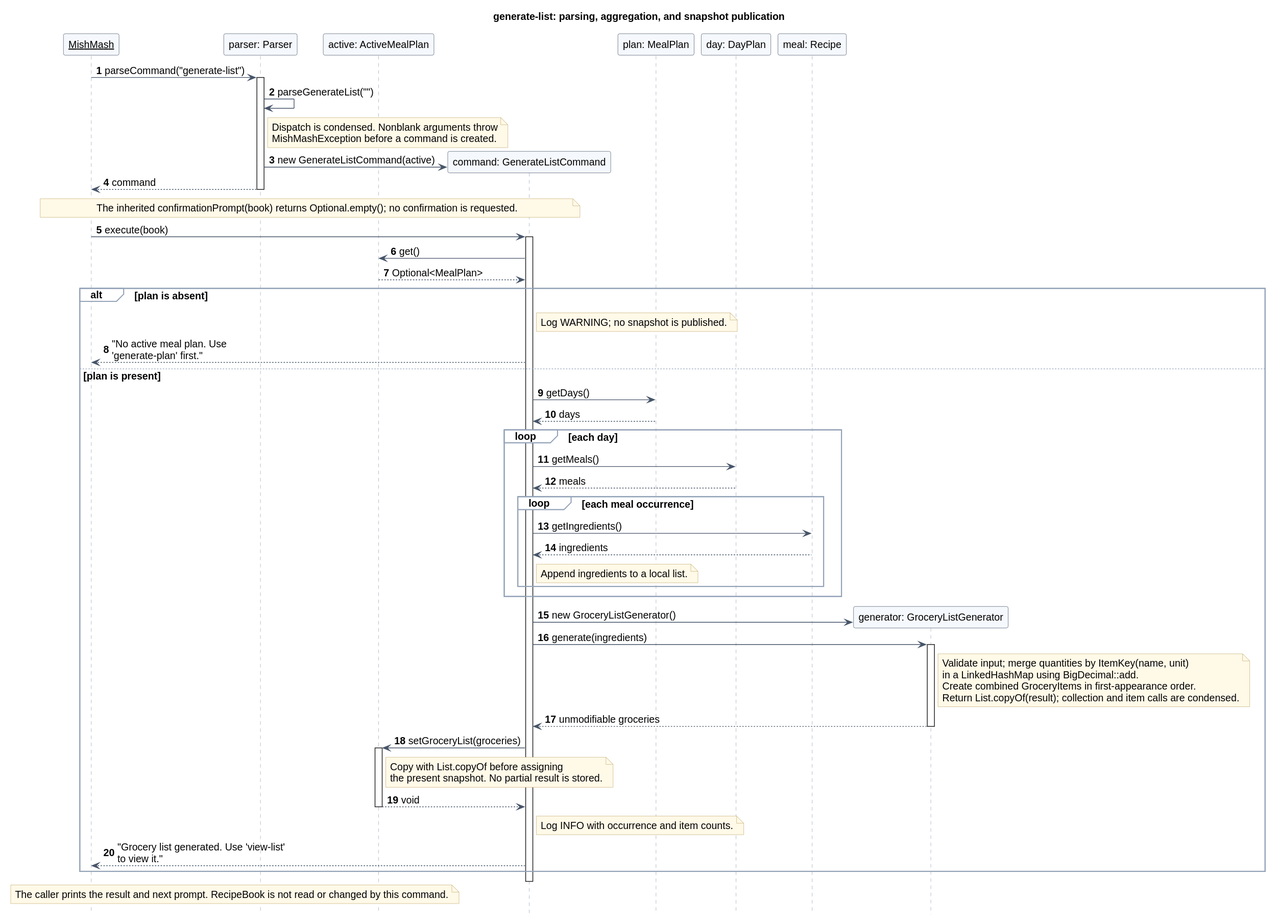
The PlantUML diagram docs/images/oilybikechain/grocery-execution.svg in AY2627S1-CS2113-W13-4/tp, before a commit.
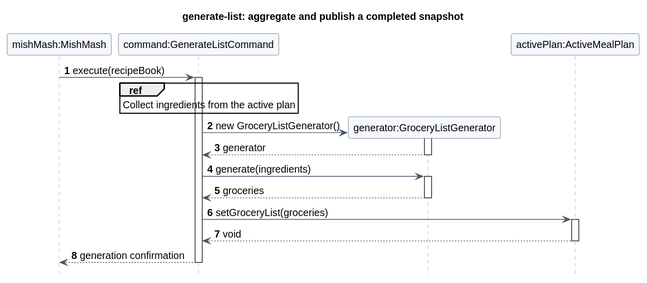
After the commit.

Change to the diagram source:
```diff
@@ -1,62 +1,31 @@
 @startuml
-!include ../shortfall/style.iuml
-title generate-list: parsing, aggregation, and snapshot publication
+!include ../rixte/shortfall/style.iuml
+title generate-list: aggregate and publish a completed snapshot
 autonumber
-participant "<u>MishMash</u>" as App
-participant "parser: Parser" as Parser
-participant "active: ActiveMealPlan" as Active
 
-App -> Parser : parseCommand("generate-list")
-activate Parser
-Parser -> Parser : parseGenerateList("")
-note right of Parser : Dispatch is condensed. Nonblank arguments throw\nMishMashException before a command is created.
-create participant "command: GenerateListCommand" as Cmd
-Parser -> Cmd : new GenerateListCommand(active)
-Parser --> App : command
-deactivate Parser
-note over App, Cmd : The inherited confirmationPrompt(book) returns Optional.empty(); no confirmation is requested.
-App -> Cmd : execute(book)
-activate Cmd
-Cmd -> Active : get()
-Active --> Cmd : Optional<MealPlan>
-alt plan is absent
-  note right of Cmd : Log WARNING; no snapshot is published.
-  Cmd --> App : "No active meal plan. Use 'generate-plan' first."
-else plan is present
-  participant "plan: MealPlan" as Plan
-  participant "day: DayPlan" as Day
-  participant "meal: Recipe" as Meal
-  Cmd -> Plan : getDays()
-  Plan --> Cmd : days
-  loop each day
-    Cmd -> Day : getMeals()
-    Day --> Cmd : meals
-    loop each meal occurrence
-      Cmd -> Meal : getIngredients()
-      Meal --> Cmd : ingredients
-      note right of Cmd : Append ingredients to a local list.
-    end
-  end
-  create participant "generator: GroceryListGenerator" as Generator
-  Cmd -> Generator : new GroceryListGenerator()
-  Cmd -> Generator : generate(ingredients)
-  activate Generator
-  note right of Generator
-    Validate input; merge quantities by ItemKey(name, unit)
-    in a LinkedHashMap using BigDecimal::add.
-    Create combined GroceryItems in first-appearance order.
-    Return List.copyOf(result); collection and item calls are condensed.
-  end note
-  Generator --> Cmd : unmodifiable groceries
-  deactivate Generator
-  Cmd -> Active : setGroceryList(groceries)
-  activate Active
-  note right of Active : Copy with List.copyOf before assigning\nthe present snapshot. No partial result is stored.
-  Active --> Cmd : void
-  deactivate Active
-  note right of Cmd : Log INFO with occurrence and item counts.
-  Cmd --> App : "Grocery list generated. Use 'view-list' to view it."
-end
-deactivate Cmd
-note over App, Active : The caller prints the result and next prompt. RecipeBook is not read or changed by this command.
+participant "mishMash:MishMash" as App
+participant "command:GenerateListCommand" as Command
+participant "generator:GroceryListGenerator" as Generator
+participant "activePlan:ActiveMealPlan" as Active
+
+App -> Command : execute(recipeBook)
+activate Command
+ref over Command
+  Collect ingredients from the active plan
+end ref
+create Generator
+Command -> Generator : new GroceryListGenerator()
+activate Generator
+Generator --> Command : generator
+deactivate Generator
+Command -> Generator : generate(ingredients)
+activate Generator
+Generator --> Command : groceries
+deactivate Generator
+Command -> Active : setGroceryList(groceries)
+activate Active
+Active --> Command : void
+deactivate Active
+Command --> App : generation confirmation
+deactivate Command
 @enduml
```
